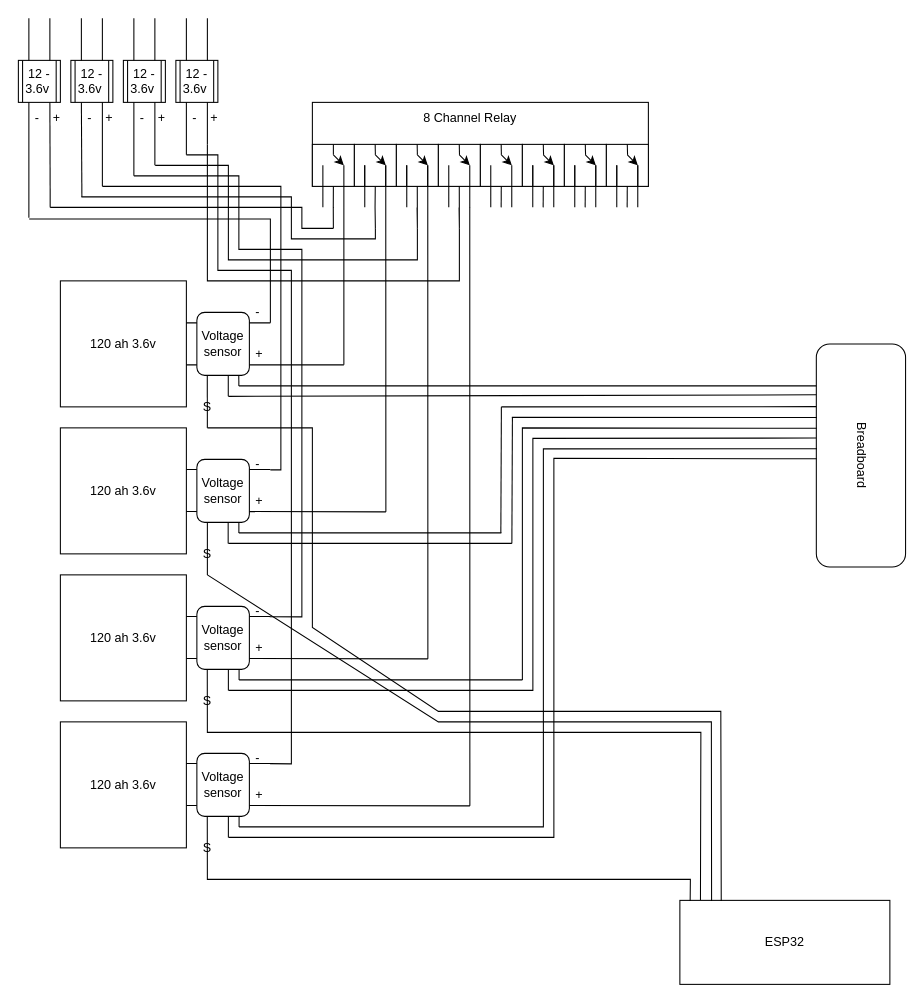
This is BMS.drawio from VCODERN/draw.io, a draw.io file, before an edit. Source tidied: cells renumbered, new cells numbered last; positions are measured from the earlier drawing's top-left corner, leaving out a move shared by most shapes. Both pictures are drawn from the tidied source at 105%, with x=0, y=0 at pixel (18, 18).
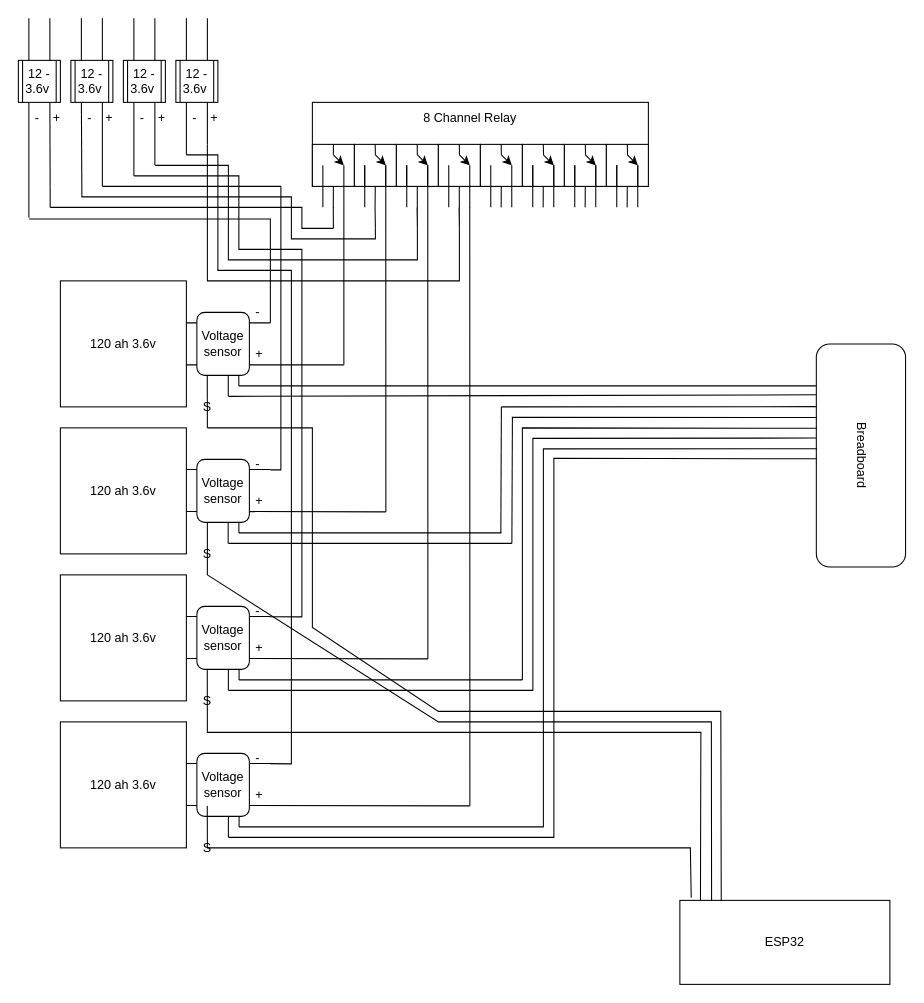
The same diagram, later.

The change refers to these unchanged cells:
```xml
<mxCell id="56" value="ESP32" style="rounded=0;whiteSpace=wrap;html=1;" parent="1" vertex="1">
  <mxGeometry x="630" y="840" width="200" height="80" as="geometry" />
</mxCell>
```

Change to the diagram source:
```diff
@@
-    <mxCell id="64" style="endArrow=none;html=1;rounded=0;exitX=0.2;exitY=1;exitDx=0;exitDy=0;exitPerimeter=0;entryX=0.049;entryY=0.007;entryDx=0;entryDy=0;entryPerimeter=0;" parent="1" edge="1" target="56">
+    <mxCell id="64" style="endArrow=none;html=1;rounded=0;exitX=0.2;exitY=1;exitDx=0;exitDy=0;exitPerimeter=0;entryX=0.054;entryY=-0.032;entryDx=0;entryDy=0;entryPerimeter=0;" parent="1" edge="1" target="56">
       <mxGeometry relative="1" as="geometry">
-        <mxPoint x="179.9" y="760" as="sourcePoint" />
+        <mxPoint x="179.9" y="750" as="sourcePoint" />
         <Array as="points">
-          <mxPoint x="180" y="820" />
-          <mxPoint x="640" y="820" />
+          <mxPoint x="180" y="790" />
+          <mxPoint x="640" y="790" />
         </Array>
       </mxGeometry>
     </mxCell>
```
